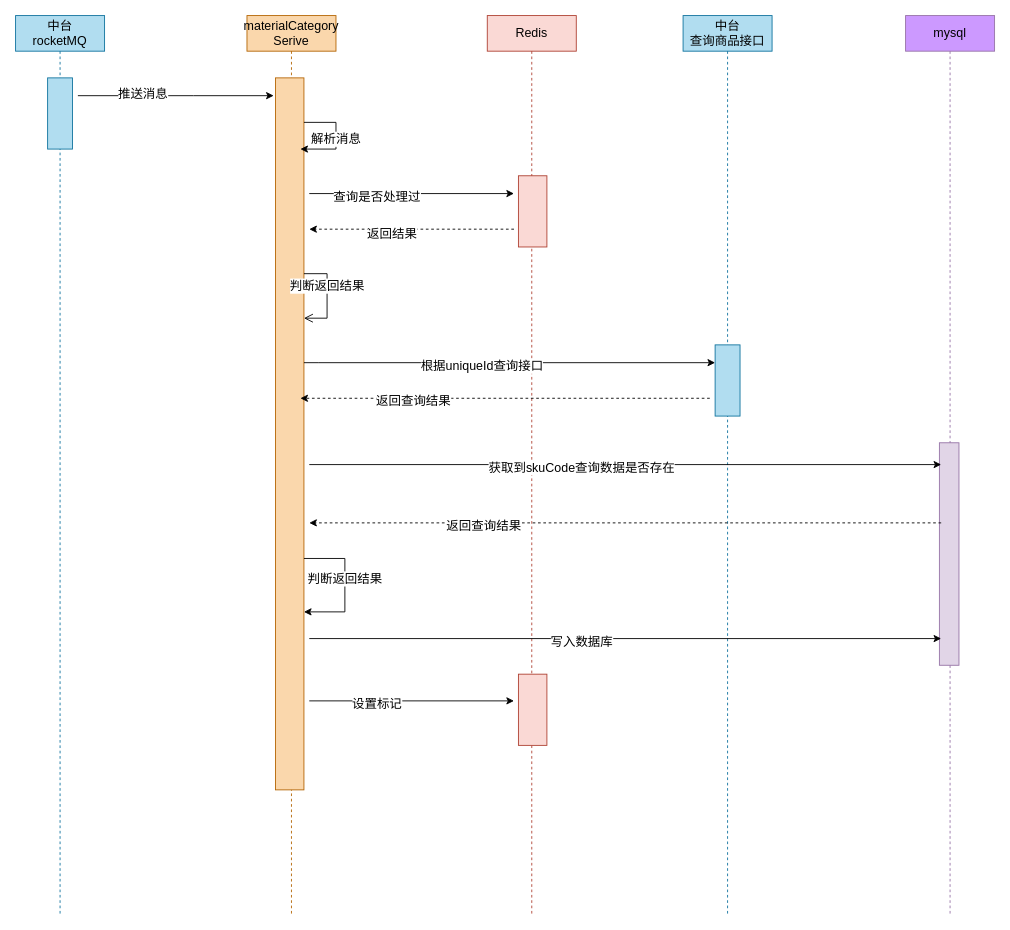
The draw.io diagram page "第 2 页" (2 of 2) of 商品同步.drawio in pipisay/draw, before the edit. Source tidied: cells renumbered, new cells numbered last; positions are measured from the earlier drawing's top-left corner, leaving out a move shared by most shapes. Both pictures are drawn from the tidied source at 89%, with x=0, y=0 at pixel (15, 15).
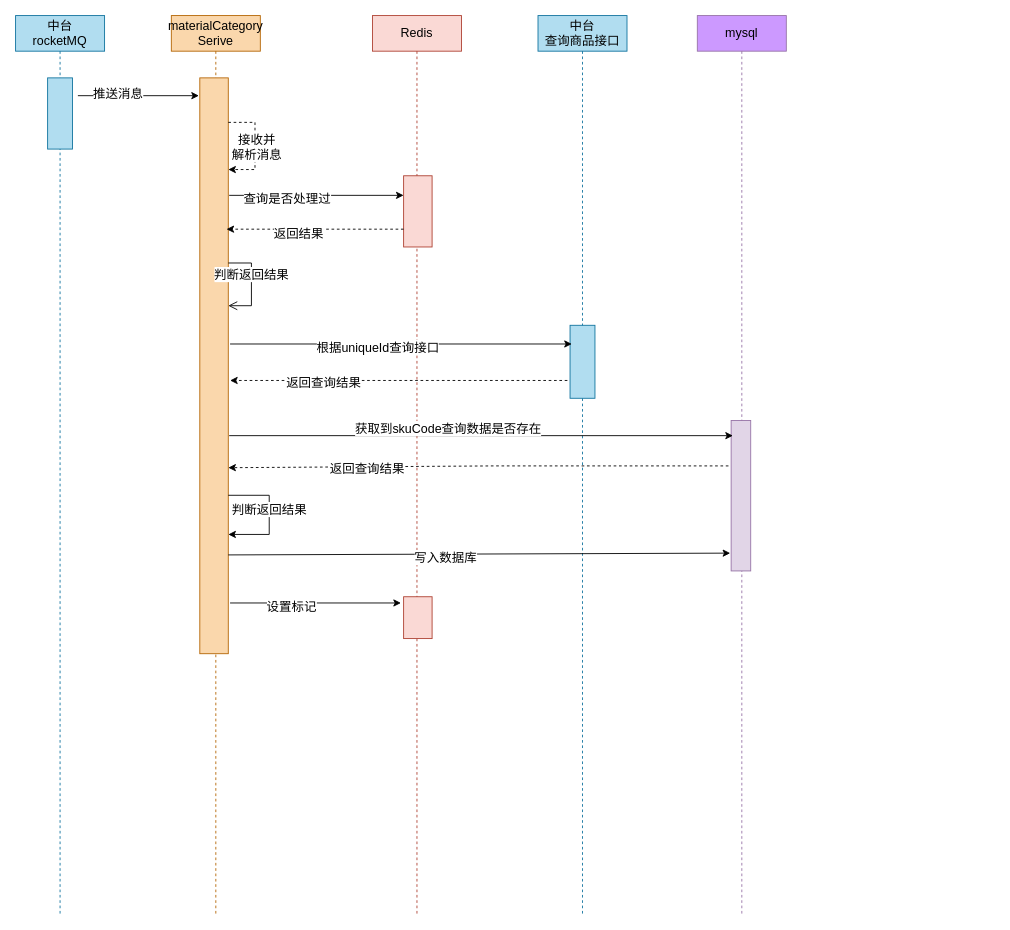
The same page after the edit.

Commit message:
更新商品同步.drawio

Unchanged cells that the change refers to:
```xml
<mxCell id="5" style="html=1;points=[];perimeter=orthogonalPerimeter;outlineConnect=0;targetShapes=umlLifeline;portConstraint=eastwest;newEdgeStyle={&quot;edgeStyle&quot;:&quot;elbowEdgeStyle&quot;,&quot;elbow&quot;:&quot;vertical&quot;,&quot;curved&quot;:0,&quot;rounded&quot;:0};fillColor=#fad9d5;strokeColor=#ae4132;" parent="4" vertex="1">
  <mxGeometry x="35" y="180" width="32" height="80" as="geometry" />
</mxCell>
```

What changed in the source:
```diff
@@
     <mxCell id="4" value="&lt;font style=&quot;font-size: 14px;&quot;&gt;Redis&lt;/font&gt;" style="shape=umlLifeline;perimeter=lifelinePerimeter;whiteSpace=wrap;html=1;newEdgeStyle={&quot;edgeStyle&quot;:&quot;elbowEdgeStyle&quot;,&quot;elbow&quot;:&quot;vertical&quot;,&quot;curved&quot;:0,&quot;rounded&quot;:0};fillColor=#fad9d5;strokeColor=#ae4132;" parent="1" vertex="1">
-      <mxGeometry x="530" width="100" height="1010" as="geometry" />
+      <mxGeometry x="401" width="100" height="1010" as="geometry" />
     </mxCell>
@@
     <mxCell id="6" style="html=1;perimeter=orthogonalPerimeter;targetShapes=umlLifeline;newEdgeStyle={&quot;edgeStyle&quot;:&quot;elbowEdgeStyle&quot;,&quot;elbow&quot;:&quot;vertical&quot;,&quot;curved&quot;:0,&quot;rounded&quot;:0};fillColor=#fad9d5;strokeColor=#ae4132;" parent="4" vertex="1">
-      <mxGeometry x="35" y="740" width="32" height="80" as="geometry" />
+      <mxGeometry x="35" y="653" width="32" height="47" as="geometry" />
     </mxCell>
     <mxCell id="7" value="&lt;font style=&quot;font-size: 14px;&quot;&gt;materialCategory&lt;br&gt;Serive&lt;/font&gt;" style="shape=umlLifeline;perimeter=lifelinePerimeter;whiteSpace=wrap;html=1;newEdgeStyle={&quot;edgeStyle&quot;:&quot;elbowEdgeStyle&quot;,&quot;elbow&quot;:&quot;vertical&quot;,&quot;curved&quot;:0,&quot;rounded&quot;:0};fillColor=#fad7ac;strokeColor=#b46504;" parent="1" vertex="1">
-      <mxGeometry x="260" width="100" height="1010" as="geometry" />
+      <mxGeometry x="175" width="100" height="1010" as="geometry" />
     </mxCell>
     <mxCell id="8" style="html=1;points=[];perimeter=orthogonalPerimeter;outlineConnect=0;targetShapes=umlLifeline;portConstraint=eastwest;newEdgeStyle={&quot;edgeStyle&quot;:&quot;elbowEdgeStyle&quot;,&quot;elbow&quot;:&quot;vertical&quot;,&quot;curved&quot;:0,&quot;rounded&quot;:0};fillColor=#fad7ac;strokeColor=#b46504;" parent="7" vertex="1">
-      <mxGeometry x="32" y="70" width="32" height="800" as="geometry" />
+      <mxGeometry x="32" y="70" width="32" height="647" as="geometry" />
     </mxCell>
     <mxCell id="9" value="&lt;font style=&quot;font-size: 14px;&quot;&gt;判断返回结果&lt;/font&gt;" style="html=1;verticalAlign=bottom;endArrow=open;endSize=8;edgeStyle=orthogonalEdgeStyle;elbow=vertical;rounded=0;" parent="7" edge="1" source="8" target="8">
       <mxGeometry relative="1" as="geometry">
         <Array as="points">
-          <mxPoint x="90" y="290" />
-          <mxPoint x="90" y="340" />
+          <mxPoint x="90" y="278" />
+          <mxPoint x="90" y="326" />
         </Array>
       </mxGeometry>
     </mxCell>
     <mxCell id="10" style="endArrow=classic;html=1;rounded=0;sketch=0;fontSize=14;fontColor=#000000;elbow=vertical;edgeStyle=orthogonalEdgeStyle;" parent="7" edge="1" source="8" target="8">
       <mxGeometry relative="1" as="geometry">
         <Array as="points">
-          <mxPoint x="110" y="610" />
-          <mxPoint x="110" y="670" />
+          <mxPoint x="110" y="539" />
+          <mxPoint x="110" y="583" />
         </Array>
       </mxGeometry>
     </mxCell>
@@
     <mxCell id="12" value="&lt;font style=&quot;font-size: 14px;&quot;&gt;mysql&lt;/font&gt;" style="shape=umlLifeline;perimeter=lifelinePerimeter;whiteSpace=wrap;html=1;newEdgeStyle={&quot;edgeStyle&quot;:&quot;elbowEdgeStyle&quot;,&quot;elbow&quot;:&quot;vertical&quot;,&quot;curved&quot;:0,&quot;rounded&quot;:0};fillColor=#CC99FF;strokeColor=#9673a6;" parent="1" vertex="1">
-      <mxGeometry x="1000" width="100" height="1010" as="geometry" />
+      <mxGeometry x="766" width="100" height="1010" as="geometry" />
     </mxCell>
     <mxCell id="13" style="html=1;perimeter=orthogonalPerimeter;targetShapes=umlLifeline;newEdgeStyle={&quot;edgeStyle&quot;:&quot;elbowEdgeStyle&quot;,&quot;elbow&quot;:&quot;vertical&quot;,&quot;curved&quot;:0,&quot;rounded&quot;:0};fillColor=#e1d5e7;strokeColor=#9673a6;" parent="12" vertex="1">
-      <mxGeometry x="38" y="480" width="22" height="250" as="geometry" />
+      <mxGeometry x="38" y="455" width="22" height="169" as="geometry" />
     </mxCell>
     <mxCell id="14" style="endArrow=classic;html=1;rounded=0;sketch=0;fontSize=14;fontColor=#000000;elbow=vertical;" parent="1" edge="1">
       <mxGeometry relative="1" as="geometry">
         <mxPoint x="70" y="90" as="sourcePoint" />
-        <mxPoint x="290" y="90" as="targetPoint" />
+        <mxPoint x="206" y="90" as="targetPoint" />
         <Array as="points">
           <mxPoint x="200" y="90" />
         </Array>
       </mxGeometry>
     </mxCell>
@@
     <mxCell id="16" value="&lt;span style=&quot;font-size: 14px;&quot;&gt;中台&lt;br&gt;查询商品接口&lt;br&gt;&lt;/span&gt;" style="shape=umlLifeline;perimeter=lifelinePerimeter;whiteSpace=wrap;html=1;newEdgeStyle={&quot;edgeStyle&quot;:&quot;elbowEdgeStyle&quot;,&quot;elbow&quot;:&quot;vertical&quot;,&quot;curved&quot;:0,&quot;rounded&quot;:0};fillColor=#b1ddf0;strokeColor=#10739e;" parent="1" vertex="1">
-      <mxGeometry x="750" width="100" height="1010" as="geometry" />
+      <mxGeometry x="587" width="100" height="1010" as="geometry" />
     </mxCell>
     <mxCell id="17" style="html=1;points=[];perimeter=orthogonalPerimeter;outlineConnect=0;targetShapes=umlLifeline;portConstraint=eastwest;newEdgeStyle={&quot;edgeStyle&quot;:&quot;elbowEdgeStyle&quot;,&quot;elbow&quot;:&quot;vertical&quot;,&quot;curved&quot;:0,&quot;rounded&quot;:0};fillColor=#b1ddf0;strokeColor=#10739e;" parent="16" vertex="1">
-      <mxGeometry x="36" y="370" width="28" height="80" as="geometry" />
+      <mxGeometry x="36" y="348" width="28" height="82" as="geometry" />
     </mxCell>
-    <mxCell id="18" style="endArrow=classic;html=1;rounded=0;sketch=0;fontSize=14;fontColor=#000000;elbow=vertical;edgeStyle=orthogonalEdgeStyle;" parent="1" edge="1" source="8">
-      <mxGeometry relative="1" as="geometry">
-        <mxPoint x="320" y="150" as="targetPoint" />
-        <Array as="points">
-          <mxPoint x="360" y="120" />
-          <mxPoint x="360" y="150" />
-          <mxPoint x="320" y="150" />
-        </Array>
-      </mxGeometry>
-    </mxCell>
-    <mxCell id="19" value="解析消息" style="edgeLabel;html=1;align=center;verticalAlign=middle;fontSize=14;fontColor=#000000;" parent="18" vertex="1">
-      <mxGeometry x="-0.34" relative="1" as="geometry">
-        <mxPoint y="18" as="offset" />
-      </mxGeometry>
-    </mxCell>
-    <mxCell id="20" style="endArrow=classic;html=1;rounded=0;sketch=0;fontSize=14;fontColor=#000000;elbow=vertical;" parent="1" edge="1">
+    <mxCell id="20" style="endArrow=classic;html=1;rounded=0;sketch=0;fontSize=14;fontColor=#000000;elbow=vertical;" parent="1" edge="1" target="5">
       <mxGeometry relative="1" as="geometry">
-        <mxPoint x="330" y="200" as="sourcePoint" />
-        <mxPoint x="560" y="200" as="targetPoint" />
+        <mxPoint x="240" y="202" as="sourcePoint" />
       </mxGeometry>
     </mxCell>
@@
-    <mxCell id="22" style="endArrow=classic;html=1;rounded=0;sketch=0;fontSize=14;fontColor=#000000;elbow=vertical;" parent="1" edge="1" source="8" target="17">
+    <mxCell id="22" style="endArrow=classic;html=1;rounded=0;sketch=0;fontSize=14;fontColor=#000000;elbow=vertical;" parent="1" edge="1">
       <mxGeometry relative="1" as="geometry">
+        <mxPoint x="241" y="369" as="sourcePoint" />
+        <mxPoint x="625" y="369" as="targetPoint" />
         <Array as="points">
-          <mxPoint x="340" y="390" />
+          <mxPoint x="342" y="369" />
         </Array>
       </mxGeometry>
     </mxCell>
@@
     <mxCell id="24" style="endArrow=classic;html=1;rounded=0;sketch=0;fontSize=14;fontColor=#000000;elbow=vertical;dashed=1;" parent="1" edge="1">
       <mxGeometry relative="1" as="geometry">
-        <mxPoint x="780" y="430" as="sourcePoint" />
-        <mxPoint x="320" y="430" as="targetPoint" />
+        <mxPoint x="620" y="410" as="sourcePoint" />
+        <mxPoint x="241" y="410" as="targetPoint" />
         <Array as="points">
-          <mxPoint x="530" y="430" />
+          <mxPoint x="451" y="410" />
         </Array>
       </mxGeometry>
     </mxCell>
@@
     <mxCell id="26" style="endArrow=classic;html=1;rounded=0;sketch=0;fontSize=14;fontColor=#000000;elbow=vertical;" parent="1" edge="1">
       <mxGeometry relative="1" as="geometry">
-        <mxPoint x="330" y="504.5" as="sourcePoint" />
-        <mxPoint x="1040" y="504.5" as="targetPoint" />
+        <mxPoint x="240" y="472" as="sourcePoint" />
+        <mxPoint x="806" y="472" as="targetPoint" />
       </mxGeometry>
     </mxCell>
     <mxCell id="27" value="获取到skuCode查询数据是否存在" style="edgeLabel;html=1;align=center;verticalAlign=middle;fontSize=14;fontColor=#000000;" parent="26" vertex="1">
-      <mxGeometry x="-0.14" y="-3" relative="1" as="geometry" />
+      <mxGeometry x="-0.14" y="-3" relative="1" as="geometry">
+        <mxPoint x="2" y="-12" as="offset" />
+      </mxGeometry>
     </mxCell>
     <mxCell id="28" style="endArrow=classic;html=1;rounded=0;sketch=0;fontSize=14;fontColor=#000000;elbow=vertical;dashed=1;" parent="1" edge="1">
       <mxGeometry relative="1" as="geometry">
-        <mxPoint x="1040" y="570" as="sourcePoint" />
-        <mxPoint x="330" y="570" as="targetPoint" />
+        <mxPoint x="801" y="506" as="sourcePoint" />
+        <mxPoint x="239" y="508" as="targetPoint" />
         <Array as="points">
-          <mxPoint x="540" y="570" />
+          <mxPoint x="537" y="506" />
         </Array>
       </mxGeometry>
     </mxCell>
@@
     <mxCell id="30" style="endArrow=classic;html=1;rounded=0;sketch=0;fontSize=14;fontColor=#000000;elbow=vertical;" parent="1" edge="1">
       <mxGeometry relative="1" as="geometry">
-        <mxPoint x="330" y="700" as="sourcePoint" />
-        <mxPoint x="1040" y="700" as="targetPoint" />
+        <mxPoint x="239" y="606" as="sourcePoint" />
+        <mxPoint x="803" y="604" as="targetPoint" />
       </mxGeometry>
     </mxCell>
@@
     <mxCell id="32" style="endArrow=classic;html=1;rounded=0;sketch=0;fontSize=14;fontColor=#000000;elbow=vertical;" parent="1" edge="1">
       <mxGeometry relative="1" as="geometry">
-        <mxPoint x="330" y="770" as="sourcePoint" />
-        <mxPoint x="560" y="770" as="targetPoint" />
+        <mxPoint x="241" y="660" as="sourcePoint" />
+        <mxPoint x="433" y="660" as="targetPoint" />
       </mxGeometry>
     </mxCell>
     <mxCell id="33" value="设置标记" style="edgeLabel;html=1;align=center;verticalAlign=middle;fontSize=14;fontColor=#000000;" parent="32" vertex="1">
-      <mxGeometry x="-0.35" y="-3" relative="1" as="geometry" />
+      <mxGeometry x="-0.35" y="-3" relative="1" as="geometry">
+        <mxPoint x="6" as="offset" />
+      </mxGeometry>
     </mxCell>
     <mxCell id="34" style="endArrow=classic;html=1;rounded=0;sketch=0;fontSize=14;fontColor=#000000;elbow=vertical;dashed=1;" parent="1" edge="1">
       <mxGeometry relative="1" as="geometry">
-        <mxPoint x="560" y="240" as="sourcePoint" />
-        <mxPoint x="330" y="240" as="targetPoint" />
-        <Array as="points">
-          <mxPoint x="490" y="240" />
-        </Array>
+        <mxPoint x="436" y="240" as="sourcePoint" />
+        <mxPoint x="237" y="240" as="targetPoint" />
       </mxGeometry>
     </mxCell>
@@
+    <mxCell id="36" style="endArrow=classic;html=1;rounded=0;dashed=1;sketch=0;fontSize=14;fontColor=#000000;elbow=vertical;edgeStyle=orthogonalEdgeStyle;" parent="1" edge="1" source="8">
+      <mxGeometry relative="1" as="geometry">
+        <mxPoint x="239" y="173" as="targetPoint" />
+        <Array as="points">
+          <mxPoint x="269" y="120" />
+          <mxPoint x="269" y="173" />
+        </Array>
+      </mxGeometry>
+    </mxCell>
+    <mxCell id="37" value="接收并&lt;br&gt;解析消息" style="edgeLabel;html=1;align=center;verticalAlign=middle;fontSize=14;fontColor=#000000;" parent="36" vertex="1">
+      <mxGeometry x="-0.33" y="1" relative="1" as="geometry">
+        <mxPoint y="19" as="offset" />
+      </mxGeometry>
+    </mxCell>
```
